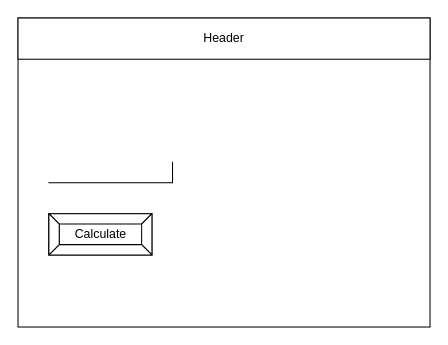
Justin-Lavoie16/Unit-3-02 keeps this draw.io diagram as design/story-board.drawio. Above is the earlier version. Source tidied: cells renumbered, new cells numbered last; positions are measured from the earlier drawing's top-left corner, leaving out a move shared by most shapes. Both pictures are drawn from the tidied source at 103%, with x=0, y=0 at pixel (18, 18).
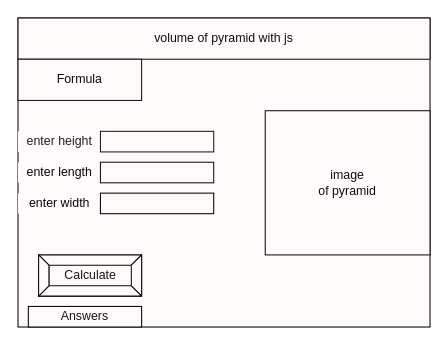
The same diagram, later.

Change to the diagram source:
```diff
@@
 <mxGraphModel>
   <root>
     <mxCell id="0" />
     <mxCell id="1" parent="0" />
-    <mxCell id="2" style="rounded=0;whiteSpace=wrap;html=1;" parent="1" vertex="1">
+    <mxCell id="2" style="rounded=0;whiteSpace=wrap;html=1;fillColor=#FFFAFA;" parent="1" vertex="1">
       <mxGeometry width="400" height="300" as="geometry" />
     </mxCell>
-    <mxCell id="3" value="Header" style="rounded=0;whiteSpace=wrap;html=1;" parent="1" vertex="1">
+    <mxCell id="3" value="&lt;font color=&quot;#0f0f0f&quot;&gt;volume of pyramid with js&lt;/font&gt;" style="rounded=0;whiteSpace=wrap;html=1;fillColor=#FFFAFA;strokeColor=#0A0A0A;" parent="1" vertex="1">
       <mxGeometry width="400" height="40" as="geometry" />
     </mxCell>
-    <mxCell id="4" style="shape=partialRectangle;whiteSpace=wrap;html=1;top=0;left=0;fillColor=none;" parent="1" vertex="1">
-      <mxGeometry x="30" y="140" width="120" height="20" as="geometry" />
-    </mxCell>
-    <mxCell id="5" value="Calculate" style="labelPosition=center;verticalLabelPosition=middle;align=center;html=1;shape=mxgraph.basic.button;dx=10;" parent="1" vertex="1">
-      <mxGeometry x="30" y="190" width="100" height="40" as="geometry" />
+    <mxCell id="5" value="&lt;font color=&quot;#171717&quot;&gt;Calculate&lt;/font&gt;" style="labelPosition=center;verticalLabelPosition=middle;align=center;html=1;shape=mxgraph.basic.button;dx=10;fillColor=#FFFAFA;strokeColor=#0A0A0A;" parent="1" vertex="1">
+      <mxGeometry x="20" y="230" width="100" height="40" as="geometry" />
     </mxCell>
+    <mxCell id="6" value="&lt;font color=&quot;#0a0a0a&quot;&gt;Formula&lt;/font&gt;" style="whiteSpace=wrap;html=1;fillColor=#FFFAFA;strokeColor=#0F0F0F;" parent="1" vertex="1">
+      <mxGeometry y="40" width="120" height="40" as="geometry" />
+    </mxCell>
+    <mxCell id="7" value="&lt;font color=&quot;#1f1f1f&quot;&gt;enter height&lt;/font&gt;" style="text;html=1;align=center;verticalAlign=middle;fillColor=#FFFAFA;strokeColor=none;rounded=0;" parent="1" vertex="1">
+      <mxGeometry y="110" width="80" height="20" as="geometry" />
+    </mxCell>
+    <mxCell id="8" value="&lt;font color=&quot;#080808&quot;&gt;enter length&lt;/font&gt;" style="text;html=1;align=center;verticalAlign=middle;strokeColor=none;fillColor=#FFFAFA;" parent="1" vertex="1">
+      <mxGeometry y="140" width="80" height="20" as="geometry" />
+    </mxCell>
+    <mxCell id="9" value="&lt;font color=&quot;#080808&quot;&gt;enter width&lt;/font&gt;" style="text;html=1;align=center;verticalAlign=middle;fillColor=#FFFAFA;strokeColor=none;rounded=0;" parent="1" vertex="1">
+      <mxGeometry y="170" width="80" height="20" as="geometry" />
+    </mxCell>
+    <mxCell id="10" style="whiteSpace=wrap;html=1;fillColor=#FFFAFA;strokeWidth=1;strokeColor=#171717;" parent="1" vertex="1">
+      <mxGeometry x="80" y="110" width="110" height="20" as="geometry" />
+    </mxCell>
+    <mxCell id="11" style="whiteSpace=wrap;html=1;fillColor=#FFFAFA;strokeColor=#0D0D0D;" parent="1" vertex="1">
+      <mxGeometry x="80" y="140" width="110" height="20" as="geometry" />
+    </mxCell>
+    <mxCell id="12" style="whiteSpace=wrap;html=1;fillColor=#FFFAFA;strokeColor=#000000;" parent="1" vertex="1">
+      <mxGeometry x="80" y="170" width="110" height="20" as="geometry" />
+    </mxCell>
+    <mxCell id="13" value="&lt;font color=&quot;#171717&quot;&gt;Answers&lt;/font&gt;" style="whiteSpace=wrap;html=1;fillColor=#FFFAFA;" parent="1" vertex="1">
+      <mxGeometry x="10" y="280" width="110" height="20" as="geometry" />
+    </mxCell>
+    <mxCell id="14" value="image&lt;br&gt;of pyramid" style="whiteSpace=wrap;html=1;fontColor=#0F0F0F;strokeColor=#0A0A0A;strokeWidth=1;fillColor=#FFFAFA;" parent="1" vertex="1">
+      <mxGeometry x="240" y="90" width="160" height="140" as="geometry" />
+    </mxCell>
   </root>
 </mxGraphModel>
```
